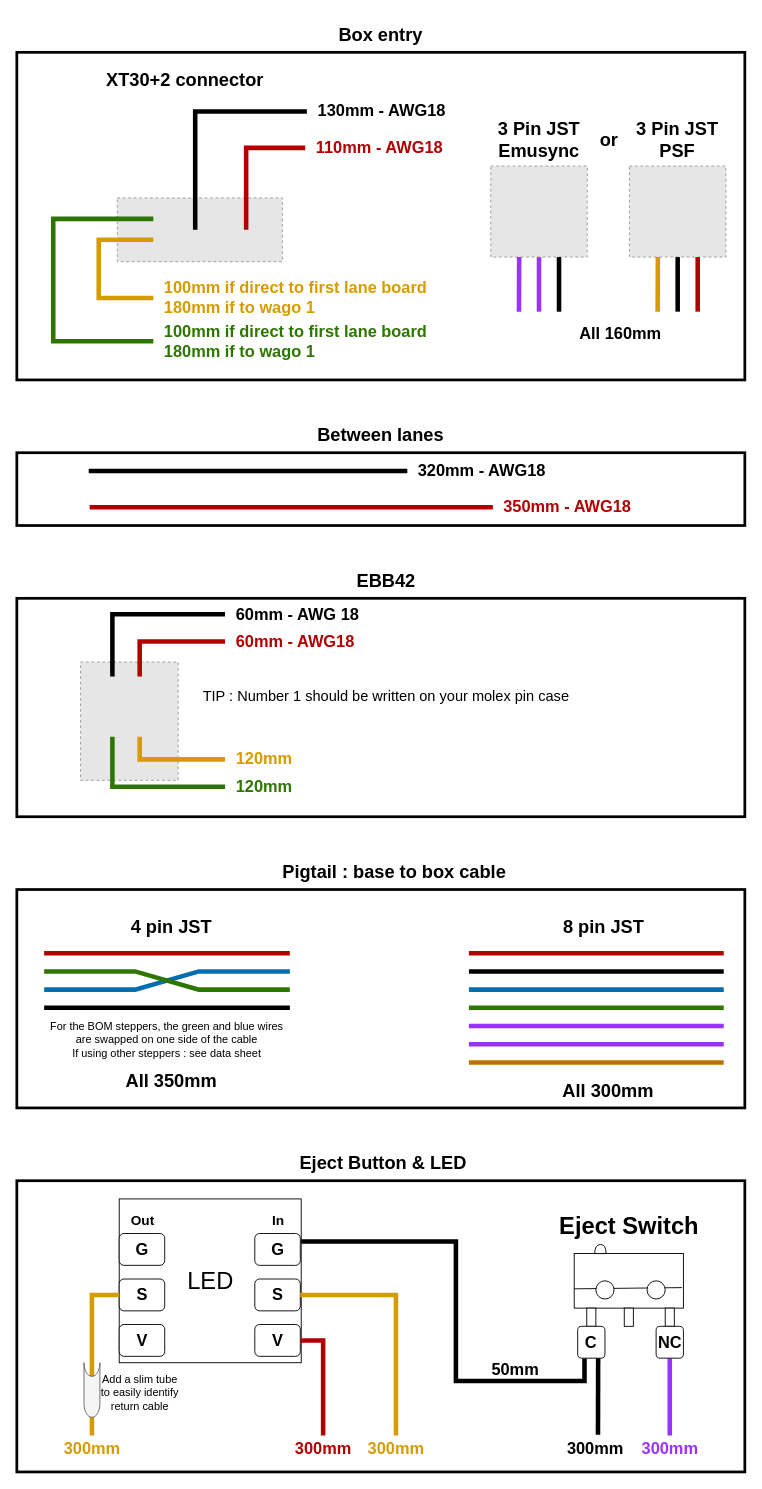
The draw.io diagram docs/assets/wiring_diagrams/EMU Base wiring dimensions.drawio in DW-Tas/EMU, before the edit. Source tidied: cells renumbered, new cells numbered last; positions are measured from the earlier drawing's top-left corner, leaving out a move shared by most shapes. Both pictures are drawn from the tidied source at 91%, with x=0, y=0 at pixel (16, 15). Pictures stored in the file or linked from it are replaced by grey dashed boxes.
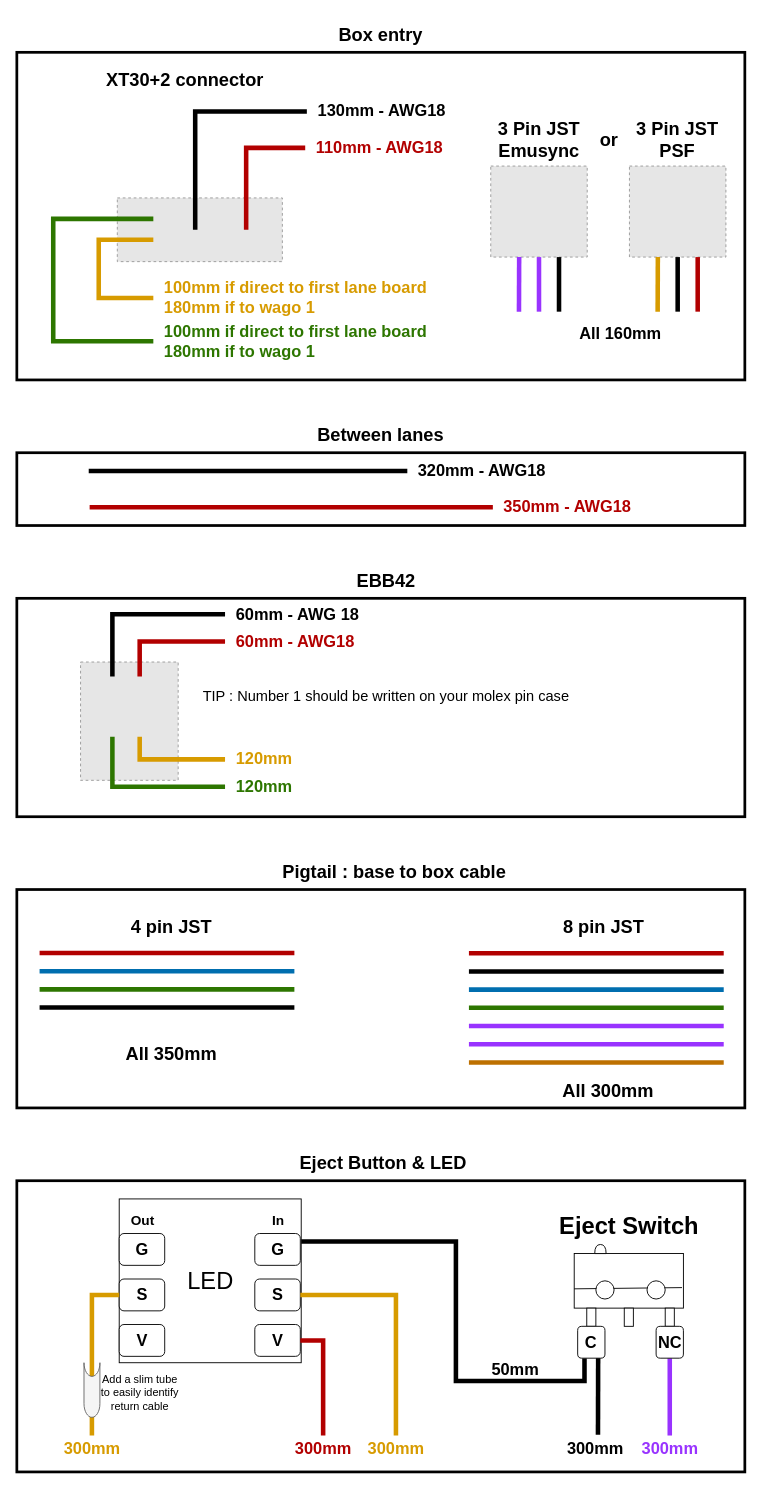
The same page after the edit.

Commit message (it also covers changes not shown here):
Wiring dimensions - Update motor wiring

Diff of the diagram source:
```diff
@@
-    <mxCell id="2" style="rounded=0;whiteSpace=wrap;html=1;fillColor=none;strokeWidth=3;" parent="1" vertex="1">
-      <mxGeometry y="960" width="800" height="240" as="geometry" />
-    </mxCell>
@@
+    <mxCell id="2" style="rounded=0;whiteSpace=wrap;html=1;fillColor=none;strokeWidth=3;" parent="1" vertex="1">
+      <mxGeometry y="960" width="800" height="240" as="geometry" />
+    </mxCell>
@@
+    <mxCell id="99" style="rounded=0;orthogonalLoop=1;jettySize=auto;html=1;strokeColor=light-dark(#2d7600, #51afe7);strokeWidth=5;align=center;verticalAlign=middle;fontFamily=Helvetica;fontSize=11;fontColor=default;labelBackgroundColor=default;endArrow=none;endFill=0;fillColor=#1ba1e2;jumpStyle=gap;" parent="1" edge="1">
+      <mxGeometry relative="1" as="geometry">
+        <mxPoint x="305" y="1069.7" as="sourcePoint" />
+        <mxPoint x="25" y="1069.7" as="targetPoint" />
+      </mxGeometry>
+    </mxCell>
-    <mxCell id="40" style="rounded=0;orthogonalLoop=1;jettySize=auto;html=1;strokeColor=#000000;strokeWidth=5;align=center;verticalAlign=middle;fontFamily=Helvetica;fontSize=11;fontColor=default;labelBackgroundColor=default;endArrow=none;endFill=0;fillColor=#60a917;jumpStyle=gap;" parent="1" edge="1">
+    <mxCell id="40" style="rounded=0;orthogonalLoop=1;jettySize=auto;html=1;strokeColor=light-dark(#000000, #73b14c);strokeWidth=5;align=center;verticalAlign=middle;fontFamily=Helvetica;fontSize=11;fontColor=default;labelBackgroundColor=default;endArrow=none;endFill=0;fillColor=#60a917;jumpStyle=gap;" parent="1" edge="1">
       <mxGeometry relative="1" as="geometry">
-        <mxPoint x="300" y="1090" as="sourcePoint" />
-        <mxPoint x="30" y="1090" as="targetPoint" />
+        <mxPoint x="305" y="1089.7" as="sourcePoint" />
+        <mxPoint x="25" y="1089.7" as="targetPoint" />
       </mxGeometry>
     </mxCell>
+    <mxCell id="100" style="rounded=0;orthogonalLoop=1;jettySize=auto;html=1;endArrow=none;endFill=0;strokeWidth=5;jumpStyle=gap;strokeColor=light-dark(#006eaf, #ededed);" parent="1" edge="1">
+      <mxGeometry relative="1" as="geometry">
+        <mxPoint x="305" y="1049.7" as="sourcePoint" />
+        <mxPoint x="25" y="1049.7" as="targetPoint" />
+      </mxGeometry>
+    </mxCell>
     <mxCell id="41" style="rounded=0;orthogonalLoop=1;jettySize=auto;html=1;strokeColor=#B20000;strokeWidth=5;align=center;verticalAlign=middle;fontFamily=Helvetica;fontSize=11;fontColor=default;labelBackgroundColor=default;endArrow=none;endFill=0;fillColor=#e51400;jumpStyle=gap;" parent="1" edge="1">
       <mxGeometry relative="1" as="geometry">
-        <mxPoint x="30" y="1030" as="sourcePoint" />
-        <mxPoint x="300" y="1030" as="targetPoint" />
+        <mxPoint x="25" y="1029.7" as="sourcePoint" />
+        <mxPoint x="305" y="1029.7" as="targetPoint" />
       </mxGeometry>
     </mxCell>
@@
     <mxCell id="45" value="&lt;font&gt;All 350mm&lt;/font&gt;" style="text;html=1;whiteSpace=wrap;strokeColor=none;fillColor=none;align=center;verticalAlign=middle;rounded=0;fontStyle=1;fontSize=20;" parent="1" vertex="1">
-      <mxGeometry x="110" y="1150" width="120" height="40" as="geometry" />
+      <mxGeometry x="110" y="1120" width="120" height="40" as="geometry" />
     </mxCell>
@@
-    <mxCell id="96" style="edgeStyle=entityRelationEdgeStyle;fontSize=12;html=1;endArrow=none;startArrow=none;rounded=0;startFill=0;endFill=0;strokeWidth=5;strokeColor=light-dark(#006eaf, #ededed);segment=100;" parent="1" edge="1">
-      <mxGeometry relative="1" as="geometry">
-        <mxPoint x="30" y="1070" as="sourcePoint" />
-        <mxPoint x="300" y="1050" as="targetPoint" />
-      </mxGeometry>
-    </mxCell>
-    <mxCell id="97" style="edgeStyle=entityRelationEdgeStyle;fontSize=12;html=1;endArrow=none;startArrow=none;rounded=0;startFill=0;endFill=0;strokeWidth=5;strokeColor=light-dark(#2d7600, #ededed);segment=100;" parent="1" edge="1">
-      <mxGeometry relative="1" as="geometry">
-        <mxPoint x="30" y="1050" as="sourcePoint" />
-        <mxPoint x="300" y="1070" as="targetPoint" />
-      </mxGeometry>
-    </mxCell>
-    <mxCell id="98" value="For the BOM steppers, the green and blue wires are swapped on one side of the cable&lt;div&gt;If using other steppers : see data sheet&lt;/div&gt;" style="text;html=1;whiteSpace=wrap;strokeColor=none;fillColor=none;align=center;verticalAlign=middle;rounded=0;" parent="1" vertex="1">
-      <mxGeometry x="30" y="1110" width="270" height="30" as="geometry" />
-    </mxCell>
```
